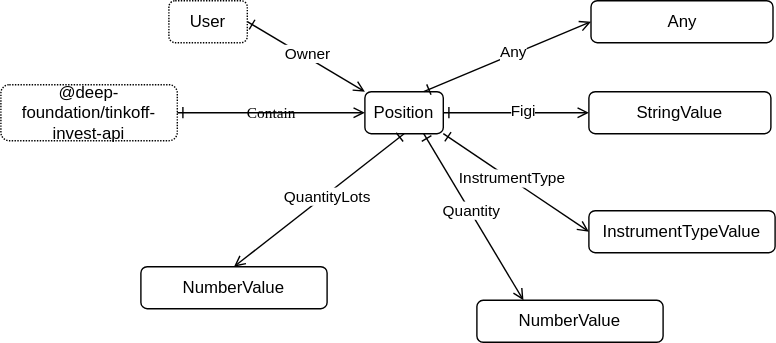
suenot/deep-tinkoff-invest-api keeps this draw.io diagram as src/position/Position.drawio.svg. Above is the earlier version. Source tidied: cells renumbered, new cells last; positions are measured from the earlier drawing's top-left corner, leaving out a move shared by most shapes.
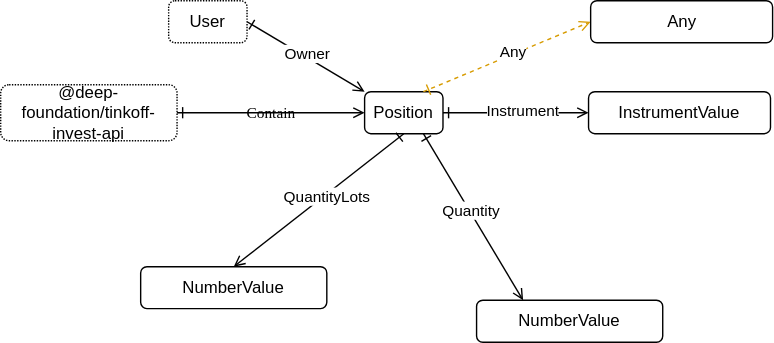
Above is the later version.

What changed in the source:
```diff
@@ -14,13 +14,13 @@
     <mxCell id="5" style="edgeStyle=none;html=1;exitX=1;exitY=0.5;exitDx=0;exitDy=0;entryX=0;entryY=0.5;entryDx=0;entryDy=0;startArrow=ERone;startFill=0;endArrow=open;endFill=0;" parent="1" edge="1" source="7" target="8">
       <mxGeometry relative="1" as="geometry" />
     </mxCell>
-    <mxCell id="6" value="Figi" style="edgeLabel;html=1;align=center;verticalAlign=middle;" parent="5" vertex="1">
+    <mxCell id="6" value="Instrument" style="edgeLabel;html=1;align=center;verticalAlign=middle;" parent="5" vertex="1">
       <mxGeometry x="0.08" y="2" relative="1" as="geometry" />
     </mxCell>
     <mxCell id="7" value="Position" style="rounded=1;whiteSpace=wrap;html=1;labelBackgroundColor=none;" parent="1" vertex="1">
       <mxGeometry x="260" y="65" width="56" height="30" as="geometry" />
     </mxCell>
-    <mxCell id="8" value="StringValue" style="rounded=1;whiteSpace=wrap;html=1;labelBackgroundColor=none;" parent="1" vertex="1">
+    <mxCell id="8" value="InstrumentValue" style="rounded=1;whiteSpace=wrap;html=1;labelBackgroundColor=none;" parent="1" vertex="1">
       <mxGeometry x="420" y="65" width="130" height="30" as="geometry" />
     </mxCell>
     <mxCell id="9" value="@deep-foundation/tinkoff-invest-api" style="rounded=1;whiteSpace=wrap;html=1;labelBackgroundColor=none;dashed=1;dashPattern=1 1;" parent="1" vertex="1">
@@ -29,15 +29,6 @@
     <mxCell id="10" value="Contain" style="jettySize=auto;html=1;shadow=0;labelBackgroundColor=none;startArrow=ERone;startFill=0;endArrow=open;endFill=0;fontColor=#000000;fontFamily=Comic Sans MS;entryX=0;entryY=0.5;entryDx=0;entryDy=0;exitX=1;exitY=0.5;exitDx=0;exitDy=0;" parent="1" edge="1" source="9" target="7">
       <mxGeometry relative="1" as="geometry" />
     </mxCell>
-    <mxCell id="11" style="edgeStyle=none;html=1;exitX=1;exitY=1;exitDx=0;exitDy=0;startArrow=ERone;startFill=0;entryX=0;entryY=0.5;entryDx=0;entryDy=0;endArrow=open;endFill=0;" parent="1" edge="1" source="7" target="13">
-      <mxGeometry relative="1" as="geometry" />
-    </mxCell>
-    <mxCell id="12" value="InstrumentType" style="edgeLabel;html=1;align=center;verticalAlign=middle;" parent="11" vertex="1">
-      <mxGeometry x="-0.07" y="1" relative="1" as="geometry" />
-    </mxCell>
-    <mxCell id="13" value="InstrumentTypeValue" style="rounded=1;whiteSpace=wrap;html=1;labelBackgroundColor=none;" parent="1" vertex="1">
-      <mxGeometry x="420" y="150" width="133" height="30" as="geometry" />
-    </mxCell>
     <mxCell id="14" value="NumberValue" style="rounded=1;whiteSpace=wrap;html=1;labelBackgroundColor=none;" parent="1" vertex="1">
       <mxGeometry x="340" y="214" width="133" height="30" as="geometry" />
     </mxCell>
@@ -56,7 +47,7 @@
     <mxCell id="19" value="QuantityLots" style="edgeLabel;html=1;align=center;verticalAlign=middle;" parent="18" vertex="1">
       <mxGeometry x="-0.07" y="1" relative="1" as="geometry" />
     </mxCell>
-    <mxCell id="20" style="edgeStyle=none;html=1;exitX=0.75;exitY=0;exitDx=0;exitDy=0;startArrow=ERone;startFill=0;endArrow=open;endFill=0;entryX=0;entryY=0.5;entryDx=0;entryDy=0;" parent="1" edge="1" source="7" target="22">
+    <mxCell id="20" style="edgeStyle=none;html=1;exitX=0.75;exitY=0;exitDx=0;exitDy=0;startArrow=ERone;startFill=0;endArrow=open;endFill=0;entryX=0;entryY=0.5;entryDx=0;entryDy=0;dashed=1;strokeColor=#D79B00;" parent="1" edge="1" source="7" target="22">
       <mxGeometry relative="1" as="geometry" />
     </mxCell>
     <mxCell id="21" value="Any" style="edgeLabel;html=1;align=center;verticalAlign=middle;" parent="20" vertex="1">
```
